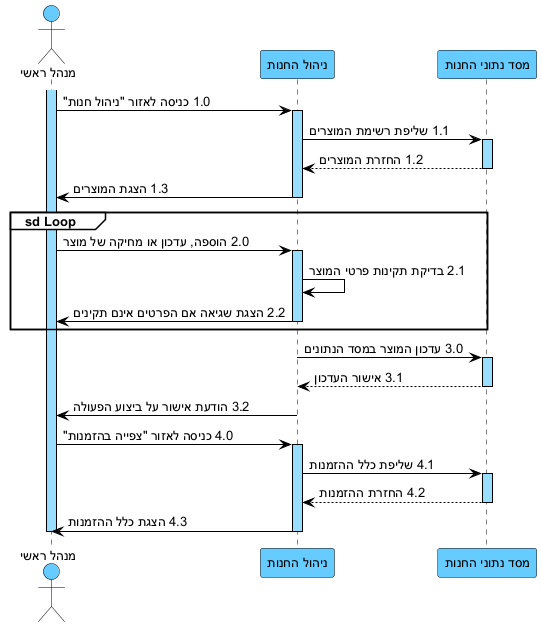
Earlier version of the PlantUML export docs/diagrams/png/12-seq-suc12-ניהול-חנות.png (arielkaplan20/GOLDEN_HAIR_SALOAN).
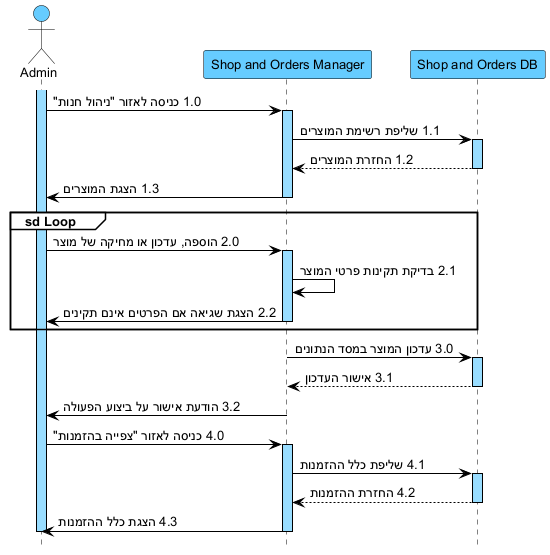
Above is the later version.

Diff of the diagram source:
```diff
@@ -1,4 +1,5 @@
 @startuml
+hide footbox
 skinparam backgroundColor white
 skinparam defaultFontName Arial
 skinparam defaultFontSize 13
@@ -18,9 +19,9 @@
 GroupHeaderFontColor black
 }
 
-actor "מנהל ראשי" as A
-participant "ניהול החנות" as SM
-participant "מסד נתוני החנות" as DB
+actor "Admin" as A
+participant "Shop and Orders Manager" as SM
+participant "Shop and Orders DB" as DB
 
 activate A
 A -> SM : 1.0 כניסה לאזור "ניהול חנות"
```
